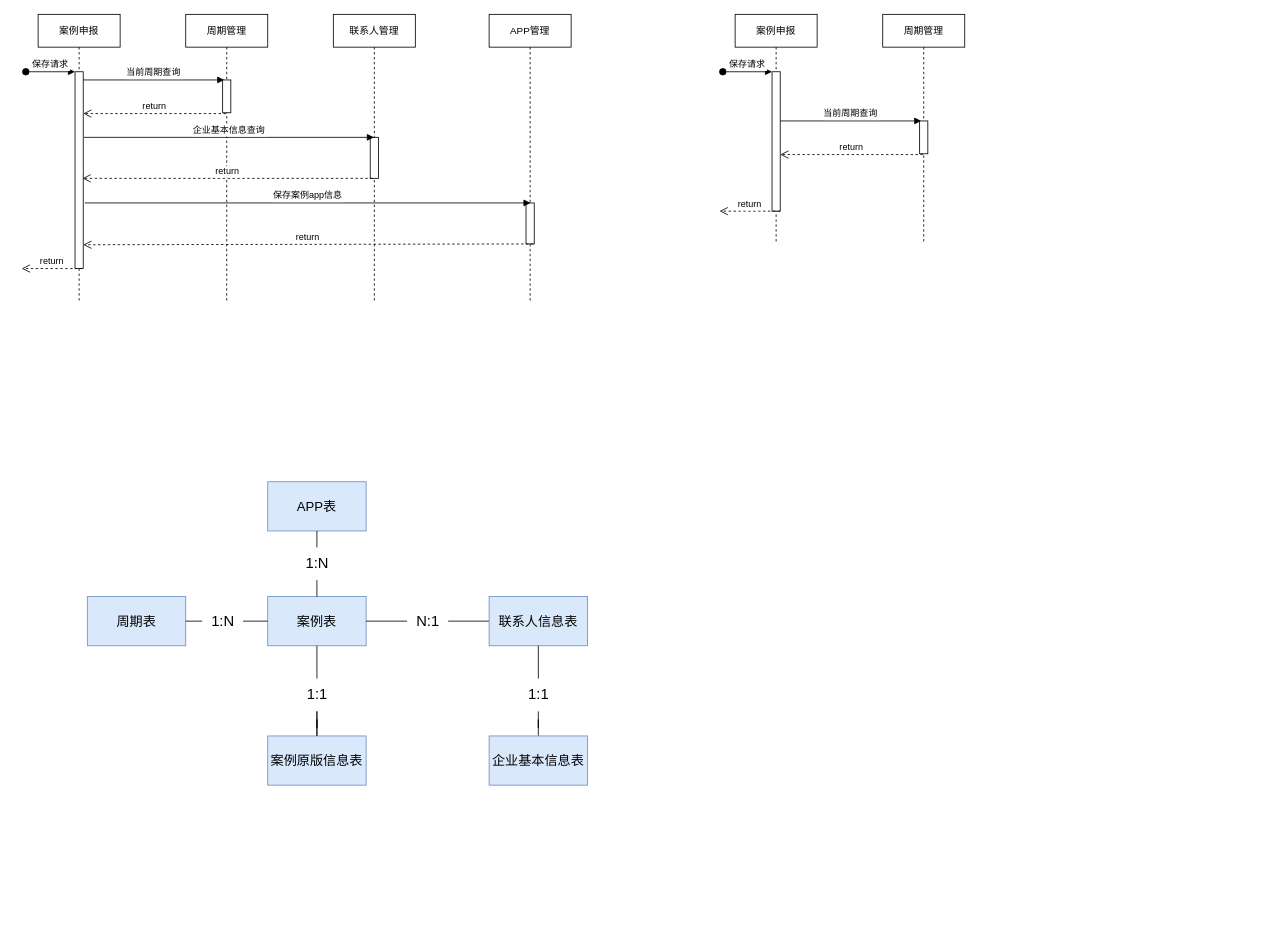
Above: Untitled Diagram.drawio in Amanocino/java-tuling (draw.io), before the change. Source tidied: cells renumbered, new cells numbered last; positions are measured from the earlier drawing's top-left corner, leaving out a move shared by most shapes. Both pictures are drawn from the tidied source at 82%, with x=0, y=0 at pixel (21, 14).
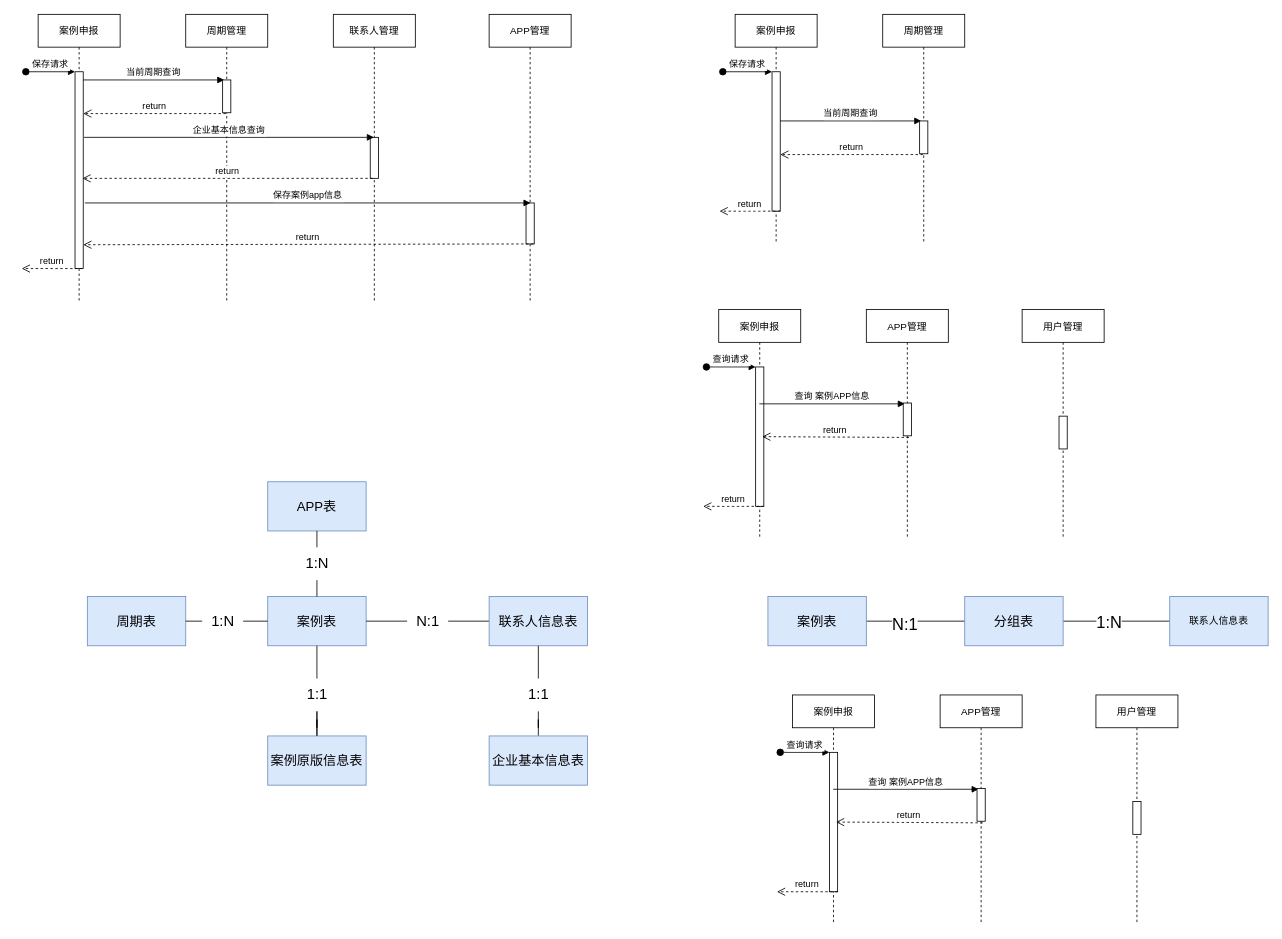
The same page after the edit.

Diff of the diagram source:
```diff
@@
+    <mxCell id="48" value="案例申报" style="shape=umlLifeline;perimeter=lifelinePerimeter;rounded=0;shadow=0;strokeWidth=1;" parent="1" vertex="1">
+      <mxGeometry x="850" y="360" width="100" height="280" as="geometry" />
+    </mxCell>
+    <mxCell id="49" style="points=[];perimeter=orthogonalPerimeter;rounded=0;shadow=0;strokeWidth=1;" parent="48" vertex="1">
+      <mxGeometry x="45" y="70" width="10" height="170" as="geometry" />
+    </mxCell>
+    <mxCell id="50" value="查询请求" style="verticalAlign=bottom;startArrow=oval;endArrow=block;startSize=8;shadow=0;strokeWidth=1;" parent="48" edge="1" target="49">
+      <mxGeometry relative="1" as="geometry">
+        <mxPoint x="-15" y="70" as="sourcePoint" />
+      </mxGeometry>
+    </mxCell>
+    <mxCell id="51" value="return" style="verticalAlign=bottom;endArrow=open;dashed=1;endSize=8;exitX=0.4;exitY=1.025;shadow=0;strokeWidth=1;exitDx=0;exitDy=0;exitPerimeter=0;" parent="48" edge="1">
+      <mxGeometry relative="1" as="geometry">
+        <mxPoint x="55" y="240" as="sourcePoint" />
+        <mxPoint x="-19" y="240" as="targetPoint" />
+      </mxGeometry>
+    </mxCell>
+    <mxCell id="52" value="return" style="verticalAlign=bottom;endArrow=open;dashed=1;endSize=8;exitX=0.4;exitY=1.025;shadow=0;strokeWidth=1;exitDx=0;exitDy=0;exitPerimeter=0;" parent="1" edge="1">
+      <mxGeometry relative="1" as="geometry">
+        <mxPoint x="1082" y="516" as="sourcePoint" />
+        <mxPoint x="903" y="515" as="targetPoint" />
+      </mxGeometry>
+    </mxCell>
+    <mxCell id="53" value="查询 案例APP信息" style="verticalAlign=bottom;endArrow=block;entryX=0.2;entryY=0;shadow=0;strokeWidth=1;entryDx=0;entryDy=0;entryPerimeter=0;" parent="1" edge="1">
+      <mxGeometry relative="1" as="geometry">
+        <mxPoint x="899.5" y="475" as="sourcePoint" />
+        <mxPoint x="1077" y="475" as="targetPoint" />
+      </mxGeometry>
+    </mxCell>
+    <mxCell id="54" value="APP管理" style="shape=umlLifeline;perimeter=lifelinePerimeter;rounded=0;shadow=0;strokeWidth=1;" parent="1" vertex="1">
+      <mxGeometry x="1030" y="360" width="100" height="280" as="geometry" />
+    </mxCell>
+    <mxCell id="55" style="perimeter=orthogonalPerimeter;rounded=0;shadow=0;strokeWidth=1;" parent="54" vertex="1">
+      <mxGeometry x="45" y="114" width="10" height="40" as="geometry" />
+    </mxCell>
+    <mxCell id="56" value="用户管理" style="shape=umlLifeline;perimeter=lifelinePerimeter;rounded=0;shadow=0;strokeWidth=1;" parent="1" vertex="1">
+      <mxGeometry x="1220" y="360" width="100" height="280" as="geometry" />
+    </mxCell>
+    <mxCell id="57" style="perimeter=orthogonalPerimeter;rounded=0;shadow=0;strokeWidth=1;" parent="56" vertex="1">
+      <mxGeometry x="45" y="130" width="10" height="40" as="geometry" />
+    </mxCell>
+    <mxCell id="58" style="edgeStyle=orthogonalEdgeStyle;rounded=0;jettySize=auto;html=1;exitX=1;exitY=0.5;exitDx=0;exitDy=0;entryX=0;entryY=0.5;entryDx=0;entryDy=0;startArrow=none;startFill=0;endArrow=none;endFill=0;fontSize=32;" parent="1" edge="1" source="60" target="63">
+      <mxGeometry relative="1" as="geometry" />
+    </mxCell>
+    <mxCell id="59" value="N:1" style="edgeLabel;html=1;align=center;verticalAlign=middle;fontSize=20;" parent="58" vertex="1">
+      <mxGeometry x="-0.24" y="-2" relative="1" as="geometry" />
+    </mxCell>
+    <mxCell id="60" value="&lt;font size=&quot;3&quot;&gt;案例表&lt;/font&gt;" style="rounded=0;whiteSpace=wrap;html=1;fillColor=#dae8fc;strokeColor=#6c8ebf;" parent="1" vertex="1">
+      <mxGeometry x="910" y="710" width="120" height="60" as="geometry" />
+    </mxCell>
+    <mxCell id="61" style="edgeStyle=orthogonalEdgeStyle;rounded=0;jettySize=auto;html=1;exitX=1;exitY=0.5;exitDx=0;exitDy=0;entryX=0;entryY=0.5;entryDx=0;entryDy=0;fontSize=20;startArrow=none;startFill=0;endArrow=none;endFill=0;" parent="1" edge="1" source="63" target="64">
+      <mxGeometry relative="1" as="geometry" />
+    </mxCell>
+    <mxCell id="62" value="1:N" style="edgeLabel;html=1;align=center;verticalAlign=middle;fontSize=20;" parent="61" vertex="1">
+      <mxGeometry x="-0.15" relative="1" as="geometry" />
+    </mxCell>
+    <mxCell id="63" value="&lt;font size=&quot;3&quot;&gt;分组表&lt;/font&gt;" style="rounded=0;whiteSpace=wrap;html=1;fillColor=#dae8fc;strokeColor=#6c8ebf;" parent="1" vertex="1">
+      <mxGeometry x="1150" y="710" width="120" height="60" as="geometry" />
+    </mxCell>
+    <mxCell id="64" value="联系人信息表" style="rounded=0;whiteSpace=wrap;html=1;fillColor=#dae8fc;strokeColor=#6c8ebf;" parent="1" vertex="1">
+      <mxGeometry x="1400" y="710" width="120" height="60" as="geometry" />
+    </mxCell>
+    <mxCell id="65" value="案例申报" style="shape=umlLifeline;perimeter=lifelinePerimeter;rounded=0;shadow=0;strokeWidth=1;" parent="1" vertex="1">
+      <mxGeometry x="940" y="830" width="100" height="280" as="geometry" />
+    </mxCell>
+    <mxCell id="66" style="points=[];perimeter=orthogonalPerimeter;rounded=0;shadow=0;strokeWidth=1;" parent="65" vertex="1">
+      <mxGeometry x="45" y="70" width="10" height="170" as="geometry" />
+    </mxCell>
+    <mxCell id="67" value="查询请求" style="verticalAlign=bottom;startArrow=oval;endArrow=block;startSize=8;shadow=0;strokeWidth=1;" parent="65" edge="1" target="66">
+      <mxGeometry relative="1" as="geometry">
+        <mxPoint x="-15" y="70" as="sourcePoint" />
+      </mxGeometry>
+    </mxCell>
+    <mxCell id="68" value="return" style="verticalAlign=bottom;endArrow=open;dashed=1;endSize=8;exitX=0.4;exitY=1.025;shadow=0;strokeWidth=1;exitDx=0;exitDy=0;exitPerimeter=0;" parent="65" edge="1">
+      <mxGeometry relative="1" as="geometry">
+        <mxPoint x="55" y="240" as="sourcePoint" />
+        <mxPoint x="-19" y="240" as="targetPoint" />
+      </mxGeometry>
+    </mxCell>
+    <mxCell id="69" value="return" style="verticalAlign=bottom;endArrow=open;dashed=1;endSize=8;exitX=0.4;exitY=1.025;shadow=0;strokeWidth=1;exitDx=0;exitDy=0;exitPerimeter=0;" parent="1" edge="1">
+      <mxGeometry relative="1" as="geometry">
+        <mxPoint x="1172" y="986" as="sourcePoint" />
+        <mxPoint x="993" y="985" as="targetPoint" />
+      </mxGeometry>
+    </mxCell>
+    <mxCell id="70" value="查询 案例APP信息" style="verticalAlign=bottom;endArrow=block;entryX=0.2;entryY=0;shadow=0;strokeWidth=1;entryDx=0;entryDy=0;entryPerimeter=0;" parent="1" edge="1">
+      <mxGeometry relative="1" as="geometry">
+        <mxPoint x="989.5" y="945" as="sourcePoint" />
+        <mxPoint x="1167" y="945" as="targetPoint" />
+      </mxGeometry>
+    </mxCell>
+    <mxCell id="71" value="APP管理" style="shape=umlLifeline;perimeter=lifelinePerimeter;rounded=0;shadow=0;strokeWidth=1;" parent="1" vertex="1">
+      <mxGeometry x="1120" y="830" width="100" height="280" as="geometry" />
+    </mxCell>
+    <mxCell id="72" style="perimeter=orthogonalPerimeter;rounded=0;shadow=0;strokeWidth=1;" parent="71" vertex="1">
+      <mxGeometry x="45" y="114" width="10" height="40" as="geometry" />
+    </mxCell>
+    <mxCell id="73" value="用户管理" style="shape=umlLifeline;perimeter=lifelinePerimeter;rounded=0;shadow=0;strokeWidth=1;" parent="1" vertex="1">
+      <mxGeometry x="1310" y="830" width="100" height="280" as="geometry" />
+    </mxCell>
+    <mxCell id="74" style="perimeter=orthogonalPerimeter;rounded=0;shadow=0;strokeWidth=1;" parent="73" vertex="1">
+      <mxGeometry x="45" y="130" width="10" height="40" as="geometry" />
+    </mxCell>
```
